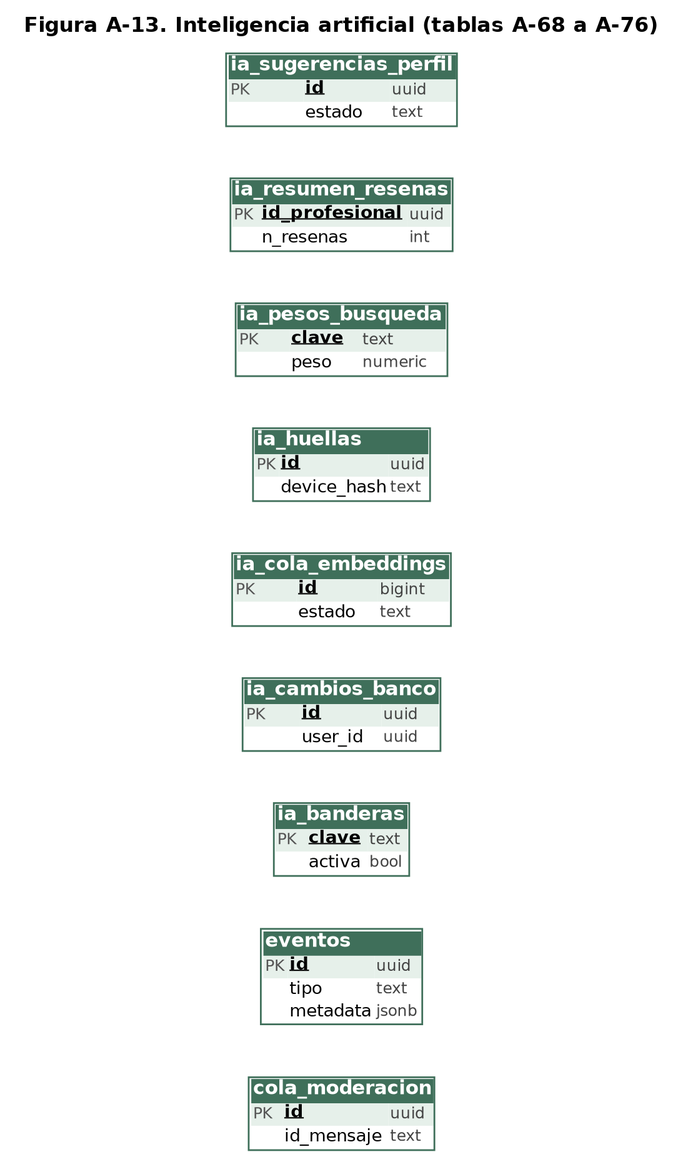
This is MyWorksAppProyect/docs/modelo_er60/figuras/er80_13_inteligencia_artificial.png from nicoussj/Proyecto-Titulo-MyWorksApp, a Graphviz export, as it was before one commit. Its source is kept beside it as MyWorksAppProyect/docs/modelo_er60/figuras/er80_13_inteligencia_artificial.dot. Its diagram source:
```dot
digraph x {
graph [fontname="Helvetica", bgcolor="white", pad="0.08", nodesep="0.3", ranksep="0.45", splines="spline", rankdir="LR", labelloc="t", labeljust="l", label=<<font point-size="12"><b>Figura A-13. Inteligencia artificial (tablas A-68 a A-76)</b></font>>];
node [shape=plaintext, fontname="Helvetica"];
edge [fontname="Helvetica", color="#3F6F5A", penwidth="1.2", arrowsize="0.8", dir="both"];
"cola_moderacion" [label=<<table border="1" cellborder="0" cellspacing="0" cellpadding="1" color="#3F6F5A"><tr><td colspan="3" bgcolor="#3F6F5A" align="left"><font color="white" point-size="11"><b>cola_moderacion</b></font></td></tr><tr><td align="left" bgcolor="#E6F0EA"><font point-size="9" color="#555555">PK</font></td><td align="left" bgcolor="#E6F0EA"><font point-size="10"><b><u>id</u></b></font></td><td align="left" bgcolor="#E6F0EA"><font point-size="9" color="#444444">uuid</font></td></tr><tr><td align="left" bgcolor="white"><font point-size="9" color="#555555"> </font></td><td align="left" bgcolor="white"><font point-size="10">id_mensaje</font></td><td align="left" bgcolor="white"><font point-size="9" color="#444444">text</font></td></tr></table>>];
"eventos" [label=<<table border="1" cellborder="0" cellspacing="0" cellpadding="1" color="#3F6F5A"><tr><td colspan="3" bgcolor="#3F6F5A" align="left"><font color="white" point-size="11"><b>eventos</b></font></td></tr><tr><td align="left" bgcolor="#E6F0EA"><font point-size="9" color="#555555">PK</font></td><td align="left" bgcolor="#E6F0EA"><font point-size="10"><b><u>id</u></b></font></td><td align="left" bgcolor="#E6F0EA"><font point-size="9" color="#444444">uuid</font></td></tr><tr><td align="left" bgcolor="white"><font point-size="9" color="#555555"> </font></td><td align="left" bgcolor="white"><font point-size="10">tipo</font></td><td align="left" bgcolor="white"><font point-size="9" color="#444444">text</font></td></tr><tr><td align="left" bgcolor="white"><font point-size="9" color="#555555"> </font></td><td align="left" bgcolor="white"><font point-size="10">metadata</font></td><td align="left" bgcolor="white"><font point-size="9" color="#444444">jsonb</font></td></tr></table>>];
"ia_banderas" [label=<<table border="1" cellborder="0" cellspacing="0" cellpadding="1" color="#3F6F5A"><tr><td colspan="3" bgcolor="#3F6F5A" align="left"><font color="white" point-size="11"><b>ia_banderas</b></font></td></tr><tr><td align="left" bgcolor="#E6F0EA"><font point-size="9" color="#555555">PK</font></td><td align="left" bgcolor="#E6F0EA"><font point-size="10"><b><u>clave</u></b></font></td><td align="left" bgcolor="#E6F0EA"><font point-size="9" color="#444444">text</font></td></tr><tr><td align="left" bgcolor="white"><font point-size="9" color="#555555"> </font></td><td align="left" bgcolor="white"><font point-size="10">activa</font></td><td align="left" bgcolor="white"><font point-size="9" color="#444444">bool</font></td></tr></table>>];
"ia_cambios_banco" [label=<<table border="1" cellborder="0" cellspacing="0" cellpadding="1" color="#3F6F5A"><tr><td colspan="3" bgcolor="#3F6F5A" align="left"><font color="white" point-size="11"><b>ia_cambios_banco</b></font></td></tr><tr><td align="left" bgcolor="#E6F0EA"><font point-size="9" color="#555555">PK</font></td><td align="left" bgcolor="#E6F0EA"><font point-size="10"><b><u>id</u></b></font></td><td align="left" bgcolor="#E6F0EA"><font point-size="9" color="#444444">uuid</font></td></tr><tr><td align="left" bgcolor="white"><font point-size="9" color="#555555"> </font></td><td align="left" bgcolor="white"><font point-size="10">user_id</font></td><td align="left" bgcolor="white"><font point-size="9" color="#444444">uuid</font></td></tr></table>>];
"ia_cola_embeddings" [label=<<table border="1" cellborder="0" cellspacing="0" cellpadding="1" color="#3F6F5A"><tr><td colspan="3" bgcolor="#3F6F5A" align="left"><font color="white" point-size="11"><b>ia_cola_embeddings</b></font></td></tr><tr><td align="left" bgcolor="#E6F0EA"><font point-size="9" color="#555555">PK</font></td><td align="left" bgcolor="#E6F0EA"><font point-size="10"><b><u>id</u></b></font></td><td align="left" bgcolor="#E6F0EA"><font point-size="9" color="#444444">bigint</font></td></tr><tr><td align="left" bgcolor="white"><font point-size="9" color="#555555"> </font></td><td align="left" bgcolor="white"><font point-size="10">estado</font></td><td align="left" bgcolor="white"><font point-size="9" color="#444444">text</font></td></tr></table>>];
"ia_huellas" [label=<<table border="1" cellborder="0" cellspacing="0" cellpadding="1" color="#3F6F5A"><tr><td colspan="3" bgcolor="#3F6F5A" align="left"><font color="white" point-size="11"><b>ia_huellas</b></font></td></tr><tr><td align="left" bgcolor="#E6F0EA"><font point-size="9" color="#555555">PK</font></td><td align="left" bgcolor="#E6F0EA"><font point-size="10"><b><u>id</u></b></font></td><td align="left" bgcolor="#E6F0EA"><font point-size="9" color="#444444">uuid</font></td></tr><tr><td align="left" bgcolor="white"><font point-size="9" color="#555555"> </font></td><td align="left" bgcolor="white"><font point-size="10">device_hash</font></td><td align="left" bgcolor="white"><font point-size="9" color="#444444">text</font></td></tr></table>>];
"ia_pesos_busqueda" [label=<<table border="1" cellborder="0" cellspacing="0" cellpadding="1" color="#3F6F5A"><tr><td colspan="3" bgcolor="#3F6F5A" align="left"><font color="white" point-size="11"><b>ia_pesos_busqueda</b></font></td></tr><tr><td align="left" bgcolor="#E6F0EA"><font point-size="9" color="#555555">PK</font></td><td align="left" bgcolor="#E6F0EA"><font point-size="10"><b><u>clave</u></b></font></td><td align="left" bgcolor="#E6F0EA"><font point-size="9" color="#444444">text</font></td></tr><tr><td align="left" bgcolor="white"><font point-size="9" color="#555555"> </font></td><td align="left" bgcolor="white"><font point-size="10">peso</font></td><td align="left" bgcolor="white"><font point-size="9" color="#444444">numeric</font></td></tr></table>>];
"ia_resumen_resenas" [label=<<table border="1" cellborder="0" cellspacing="0" cellpadding="1" color="#3F6F5A"><tr><td colspan="3" bgcolor="#3F6F5A" align="left"><font color="white" point-size="11"><b>ia_resumen_resenas</b></font></td></tr><tr><td align="left" bgcolor="#E6F0EA"><font point-size="9" color="#555555">PK</font></td><td align="left" bgcolor="#E6F0EA"><font point-size="10"><b><u>id_profesional</u></b></font></td><td align="left" bgcolor="#E6F0EA"><font point-size="9" color="#444444">uuid</font></td></tr><tr><td align="left" bgcolor="white"><font point-size="9" color="#555555"> </font></td><td align="left" bgcolor="white"><font point-size="10">n_resenas</font></td><td align="left" bgcolor="white"><font point-size="9" color="#444444">int</font></td></tr></table>>];
"ia_sugerencias_perfil" [label=<<table border="1" cellborder="0" cellspacing="0" cellpadding="1" color="#3F6F5A"><tr><td colspan="3" bgcolor="#3F6F5A" align="left"><font color="white" point-size="11"><b>ia_sugerencias_perfil</b></font></td></tr><tr><td align="left" bgcolor="#E6F0EA"><font point-size="9" color="#555555">PK</font></td><td align="left" bgcolor="#E6F0EA"><font point-size="10"><b><u>id</u></b></font></td><td align="left" bgcolor="#E6F0EA"><font point-size="9" color="#444444">uuid</font></td></tr><tr><td align="left" bgcolor="white"><font point-size="9" color="#555555"> </font></td><td align="left" bgcolor="white"><font point-size="10">estado</font></td><td align="left" bgcolor="white"><font point-size="9" color="#444444">text</font></td></tr></table>>];
}
```
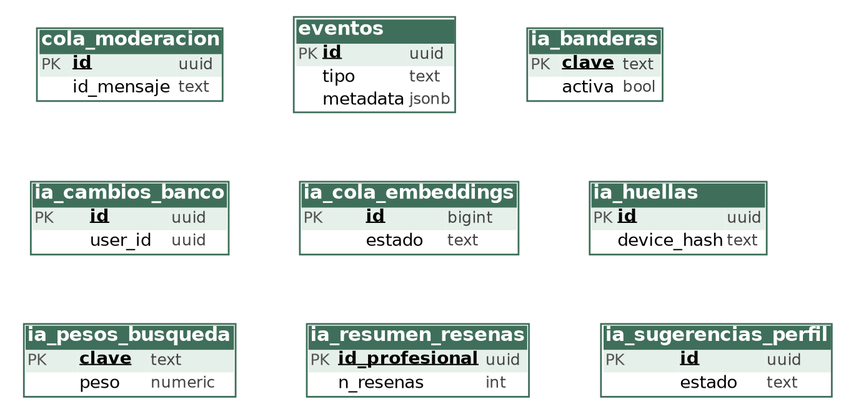
The same file after the commit.

Diff of the diagram source:
```diff
@@ -1,7 +1,7 @@
 digraph x {
-graph [fontname="Helvetica", bgcolor="white", pad="0.08", nodesep="0.3", ranksep="0.45", splines="spline", rankdir="LR", labelloc="t", labeljust="l", label=<<font point-size="12"><b>Figura A-13. Inteligencia artificial (tablas A-68 a A-76)</b></font>>];
-node [shape=plaintext, fontname="Helvetica"];
-edge [fontname="Helvetica", color="#3F6F5A", penwidth="1.2", arrowsize="0.8", dir="both"];
+graph [fontname="DejaVu Sans", bgcolor="white", pad="0.08", nodesep="0.35", ranksep="0.45", splines="spline", rankdir="TB", labelloc="t", labeljust="l"];
+node [shape=plaintext, fontname="DejaVu Sans"];
+edge [fontname="DejaVu Sans", color="#3F6F5A", penwidth="1.3", arrowsize="0.8", dir="both"];
 "cola_moderacion" [label=<<table border="1" cellborder="0" cellspacing="0" cellpadding="1" color="#3F6F5A"><tr><td colspan="3" bgcolor="#3F6F5A" align="left"><font color="white" point-size="11"><b>cola_moderacion</b></font></td></tr><tr><td align="left" bgcolor="#E6F0EA"><font point-size="9" color="#555555">PK</font></td><td align="left" bgcolor="#E6F0EA"><font point-size="10"><b><u>id</u></b></font></td><td align="left" bgcolor="#E6F0EA"><font point-size="9" color="#444444">uuid</font></td></tr><tr><td align="left" bgcolor="white"><font point-size="9" color="#555555"> </font></td><td align="left" bgcolor="white"><font point-size="10">id_mensaje</font></td><td align="left" bgcolor="white"><font point-size="9" color="#444444">text</font></td></tr></table>>];
 "eventos" [label=<<table border="1" cellborder="0" cellspacing="0" cellpadding="1" color="#3F6F5A"><tr><td colspan="3" bgcolor="#3F6F5A" align="left"><font color="white" point-size="11"><b>eventos</b></font></td></tr><tr><td align="left" bgcolor="#E6F0EA"><font point-size="9" color="#555555">PK</font></td><td align="left" bgcolor="#E6F0EA"><font point-size="10"><b><u>id</u></b></font></td><td align="left" bgcolor="#E6F0EA"><font point-size="9" color="#444444">uuid</font></td></tr><tr><td align="left" bgcolor="white"><font point-size="9" color="#555555"> </font></td><td align="left" bgcolor="white"><font point-size="10">tipo</font></td><td align="left" bgcolor="white"><font point-size="9" color="#444444">text</font></td></tr><tr><td align="left" bgcolor="white"><font point-size="9" color="#555555"> </font></td><td align="left" bgcolor="white"><font point-size="10">metadata</font></td><td align="left" bgcolor="white"><font point-size="9" color="#444444">jsonb</font></td></tr></table>>];
 "ia_banderas" [label=<<table border="1" cellborder="0" cellspacing="0" cellpadding="1" color="#3F6F5A"><tr><td colspan="3" bgcolor="#3F6F5A" align="left"><font color="white" point-size="11"><b>ia_banderas</b></font></td></tr><tr><td align="left" bgcolor="#E6F0EA"><font point-size="9" color="#555555">PK</font></td><td align="left" bgcolor="#E6F0EA"><font point-size="10"><b><u>clave</u></b></font></td><td align="left" bgcolor="#E6F0EA"><font point-size="9" color="#444444">text</font></td></tr><tr><td align="left" bgcolor="white"><font point-size="9" color="#555555"> </font></td><td align="left" bgcolor="white"><font point-size="10">activa</font></td><td align="left" bgcolor="white"><font point-size="9" color="#444444">bool</font></td></tr></table>>];
@@ -11,4 +11,15 @@
 "ia_pesos_busqueda" [label=<<table border="1" cellborder="0" cellspacing="0" cellpadding="1" color="#3F6F5A"><tr><td colspan="3" bgcolor="#3F6F5A" align="left"><font color="white" point-size="11"><b>ia_pesos_busqueda</b></font></td></tr><tr><td align="left" bgcolor="#E6F0EA"><font point-size="9" color="#555555">PK</font></td><td align="left" bgcolor="#E6F0EA"><font point-size="10"><b><u>clave</u></b></font></td><td align="left" bgcolor="#E6F0EA"><font point-size="9" color="#444444">text</font></td></tr><tr><td align="left" bgcolor="white"><font point-size="9" color="#555555"> </font></td><td align="left" bgcolor="white"><font point-size="10">peso</font></td><td align="left" bgcolor="white"><font point-size="9" color="#444444">numeric</font></td></tr></table>>];
 "ia_resumen_resenas" [label=<<table border="1" cellborder="0" cellspacing="0" cellpadding="1" color="#3F6F5A"><tr><td colspan="3" bgcolor="#3F6F5A" align="left"><font color="white" point-size="11"><b>ia_resumen_resenas</b></font></td></tr><tr><td align="left" bgcolor="#E6F0EA"><font point-size="9" color="#555555">PK</font></td><td align="left" bgcolor="#E6F0EA"><font point-size="10"><b><u>id_profesional</u></b></font></td><td align="left" bgcolor="#E6F0EA"><font point-size="9" color="#444444">uuid</font></td></tr><tr><td align="left" bgcolor="white"><font point-size="9" color="#555555"> </font></td><td align="left" bgcolor="white"><font point-size="10">n_resenas</font></td><td align="left" bgcolor="white"><font point-size="9" color="#444444">int</font></td></tr></table>>];
 "ia_sugerencias_perfil" [label=<<table border="1" cellborder="0" cellspacing="0" cellpadding="1" color="#3F6F5A"><tr><td colspan="3" bgcolor="#3F6F5A" align="left"><font color="white" point-size="11"><b>ia_sugerencias_perfil</b></font></td></tr><tr><td align="left" bgcolor="#E6F0EA"><font point-size="9" color="#555555">PK</font></td><td align="left" bgcolor="#E6F0EA"><font point-size="10"><b><u>id</u></b></font></td><td align="left" bgcolor="#E6F0EA"><font point-size="9" color="#444444">uuid</font></td></tr><tr><td align="left" bgcolor="white"><font point-size="9" color="#555555"> </font></td><td align="left" bgcolor="white"><font point-size="10">estado</font></td><td align="left" bgcolor="white"><font point-size="9" color="#444444">text</font></td></tr></table>>];
+{ rank=same; "cola_moderacion" "eventos" "ia_banderas" }
+"cola_moderacion" -> "eventos" [style="invis", dir="none"];
+"eventos" -> "ia_banderas" [style="invis", dir="none"];
+{ rank=same; "ia_cambios_banco" "ia_cola_embeddings" "ia_huellas" }
+"ia_cambios_banco" -> "ia_cola_embeddings" [style="invis", dir="none"];
+"ia_cola_embeddings" -> "ia_huellas" [style="invis", dir="none"];
+{ rank=same; "ia_pesos_busqueda" "ia_resumen_resenas" "ia_sugerencias_perfil" }
+"ia_pesos_busqueda" -> "ia_resumen_resenas" [style="invis", dir="none"];
+"ia_resumen_resenas" -> "ia_sugerencias_perfil" [style="invis", dir="none"];
+"cola_moderacion" -> "ia_cambios_banco" [style="invis", dir="none", weight="10"];
+"ia_cambios_banco" -> "ia_pesos_busqueda" [style="invis", dir="none", weight="10"];
 }
```
